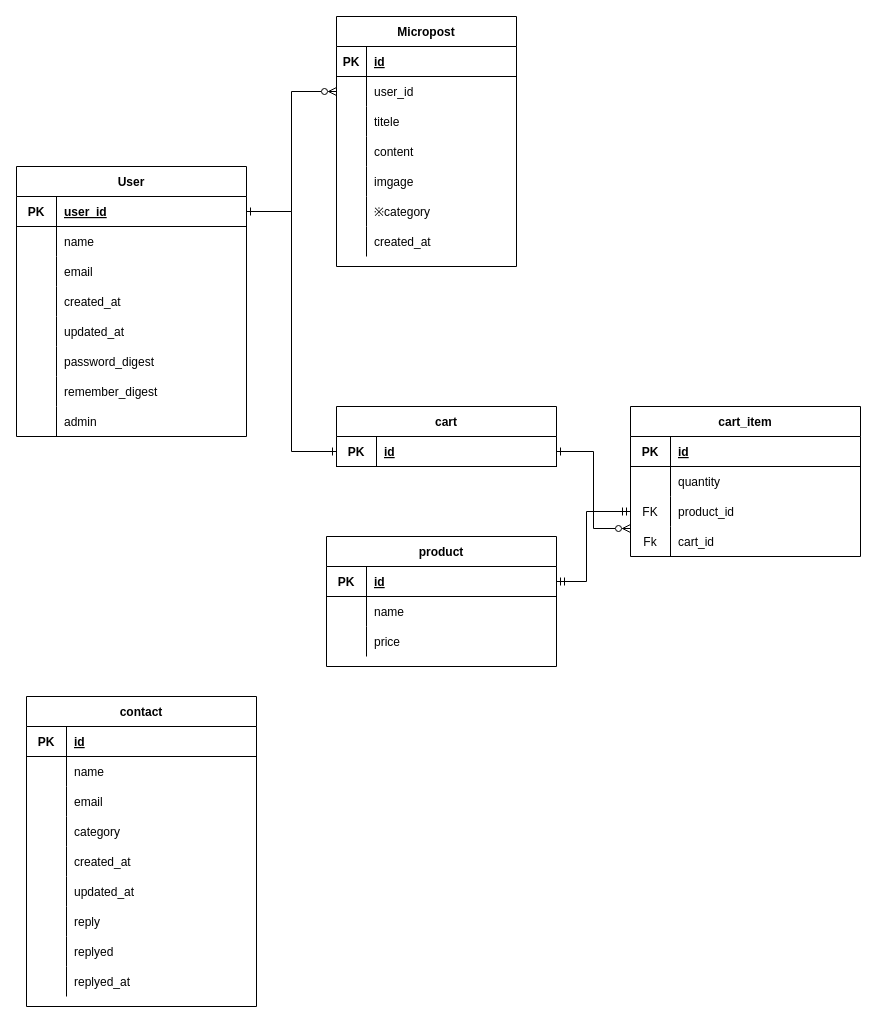
This is page "homepage" (1 of 4) of homepage.dio from marumonizi/homepage_on_rails, a draw.io file, before an edit. Source tidied: cells renumbered, new cells numbered last; positions are measured from the earlier drawing's top-left corner, leaving out a move shared by most shapes. Both pictures are drawn from the tidied source at 100%, with x=0, y=0 at pixel (16, 16).
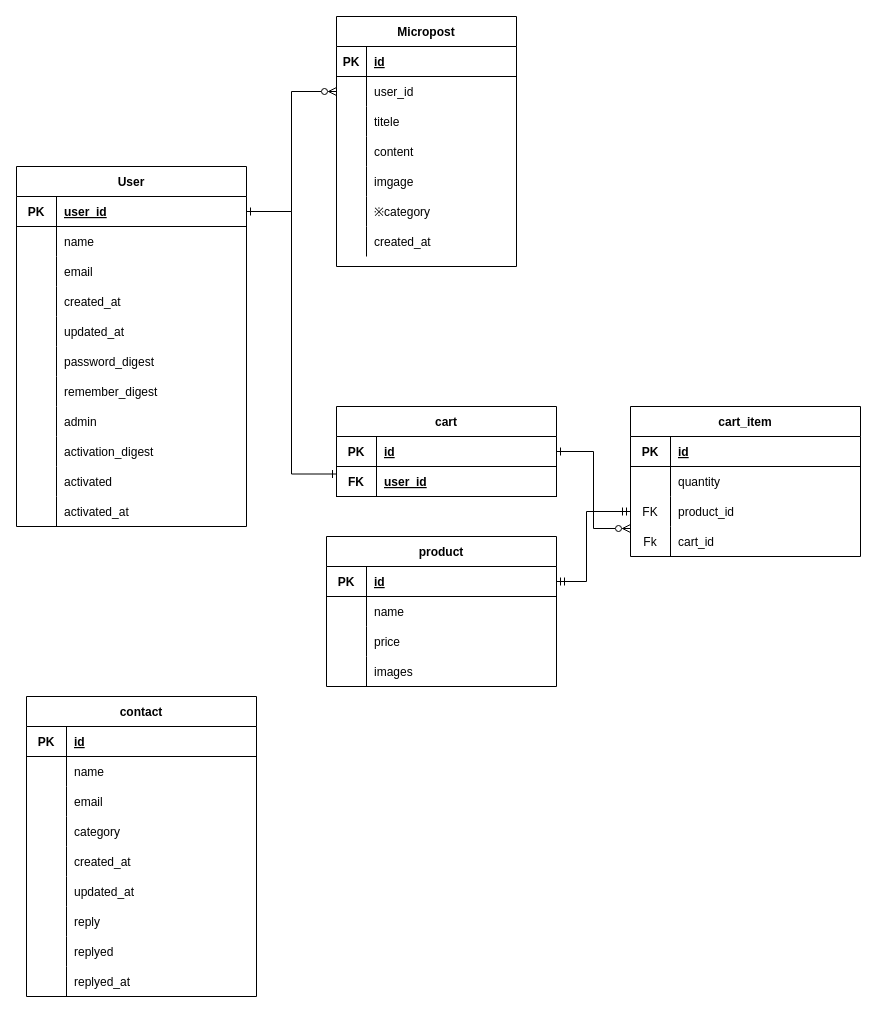
The same diagram, later.

What changed in the source:
```diff
@@
     <mxCell id="2" value="User" style="shape=table;startSize=30;childLayout=tableLayout;rowLines=0;fontStyle=1;align=center;" parent="1" vertex="1">
-      <mxGeometry y="150" width="230" height="270" as="geometry" />
+      <mxGeometry y="150" width="230" height="360" as="geometry" />
     </mxCell>
@@
+    <mxCell id="108" style="shape=tableRow;horizontal=0;startSize=0;swimlaneHead=0;swimlaneBody=0;fillColor=none;top=0;left=0;right=0;bottom=0;" parent="2" vertex="1">
+      <mxGeometry y="270" width="230" height="30" as="geometry" />
+    </mxCell>
+    <mxCell id="109" style="shape=partialRectangle;fillColor=none;top=0;left=0;bottom=0;right=0;overflow=hidden;" parent="108" vertex="1">
+      <mxGeometry width="40" height="30" as="geometry" />
+    </mxCell>
+    <mxCell id="110" value="activation_digest" style="shape=partialRectangle;fillColor=none;top=0;left=0;bottom=0;right=0;align=left;spacingLeft=6;overflow=hidden;" parent="108" vertex="1">
+      <mxGeometry x="40" width="190" height="30" as="geometry" />
+    </mxCell>
+    <mxCell id="111" style="shape=tableRow;horizontal=0;startSize=0;swimlaneHead=0;swimlaneBody=0;fillColor=none;top=0;left=0;right=0;bottom=0;" parent="2" vertex="1">
+      <mxGeometry y="300" width="230" height="30" as="geometry" />
+    </mxCell>
+    <mxCell id="112" style="shape=partialRectangle;fillColor=none;top=0;left=0;bottom=0;right=0;overflow=hidden;" parent="111" vertex="1">
+      <mxGeometry width="40" height="30" as="geometry" />
+    </mxCell>
+    <mxCell id="113" value="activated" style="shape=partialRectangle;fillColor=none;top=0;left=0;bottom=0;right=0;align=left;spacingLeft=6;overflow=hidden;" parent="111" vertex="1">
+      <mxGeometry x="40" width="190" height="30" as="geometry" />
+    </mxCell>
+    <mxCell id="114" style="shape=tableRow;horizontal=0;startSize=0;swimlaneHead=0;swimlaneBody=0;fillColor=none;top=0;left=0;right=0;bottom=0;" parent="2" vertex="1">
+      <mxGeometry y="330" width="230" height="30" as="geometry" />
+    </mxCell>
+    <mxCell id="115" style="shape=partialRectangle;fillColor=none;top=0;left=0;bottom=0;right=0;overflow=hidden;" parent="114" vertex="1">
+      <mxGeometry width="40" height="30" as="geometry" />
+    </mxCell>
+    <mxCell id="116" value="activated_at" style="shape=partialRectangle;fillColor=none;top=0;left=0;bottom=0;right=0;align=left;spacingLeft=6;overflow=hidden;" parent="114" vertex="1">
+      <mxGeometry x="40" width="190" height="30" as="geometry" />
+    </mxCell>
@@
     <mxCell id="50" value="cart" style="shape=table;startSize=30;childLayout=tableLayout;rowLines=0;fontStyle=1;align=center;" parent="1" vertex="1">
-      <mxGeometry x="320" y="390" width="220" height="60" as="geometry" />
+      <mxGeometry x="320" y="390" width="220" height="90" as="geometry" />
     </mxCell>
@@
+    <mxCell id="117" style="shape=tableRow;horizontal=0;startSize=0;swimlaneHead=0;swimlaneBody=0;fillColor=none;top=0;left=0;right=0;bottom=1;" parent="50" vertex="1">
+      <mxGeometry y="60" width="220" height="30" as="geometry" />
+    </mxCell>
+    <mxCell id="118" value="FK" style="shape=partialRectangle;fillColor=none;top=0;left=0;bottom=0;right=0;fontStyle=1;overflow=hidden;" parent="117" vertex="1">
+      <mxGeometry width="40" height="30" as="geometry" />
+    </mxCell>
+    <mxCell id="119" value="user_id" style="shape=partialRectangle;fillColor=none;top=0;left=0;bottom=0;right=0;align=left;spacingLeft=6;fontStyle=5;overflow=hidden;" parent="117" vertex="1">
+      <mxGeometry x="40" width="180" height="30" as="geometry" />
+    </mxCell>
@@
     <mxCell id="68" value="product" style="shape=table;startSize=30;childLayout=tableLayout;rowLines=0;fontStyle=1;align=center;" parent="1" vertex="1">
-      <mxGeometry x="310" y="520" width="230" height="130" as="geometry" />
+      <mxGeometry x="310" y="520" width="230" height="150" as="geometry" />
     </mxCell>
@@
+    <mxCell id="120" style="shape=tableRow;horizontal=0;startSize=0;swimlaneHead=0;swimlaneBody=0;fillColor=none;top=0;left=0;right=0;bottom=0;" parent="68" vertex="1">
+      <mxGeometry y="120" width="230" height="30" as="geometry" />
+    </mxCell>
+    <mxCell id="121" style="shape=partialRectangle;fillColor=none;top=0;left=0;bottom=0;right=0;overflow=hidden;" parent="120" vertex="1">
+      <mxGeometry width="40" height="30" as="geometry" />
+    </mxCell>
+    <mxCell id="122" value="images" style="shape=partialRectangle;fillColor=none;top=0;left=0;bottom=0;right=0;align=left;spacingLeft=6;overflow=hidden;" parent="120" vertex="1">
+      <mxGeometry x="40" width="190" height="30" as="geometry" />
+    </mxCell>
@@
     <mxCell id="80" value="contact" style="shape=table;startSize=30;childLayout=tableLayout;rowLines=0;fontStyle=1;align=center;" parent="1" vertex="1">
-      <mxGeometry x="10" y="680" width="230" height="310" as="geometry" />
+      <mxGeometry x="10" y="680" width="230" height="300" as="geometry" />
     </mxCell>
```
